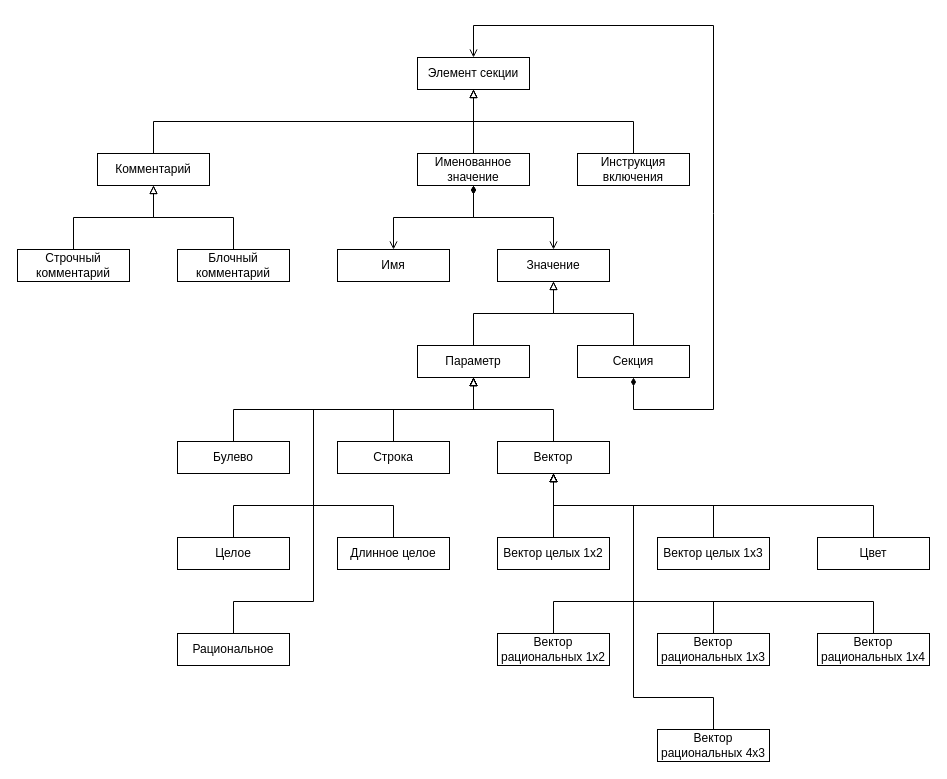
kotiq/blk keeps this draw.io diagram as docs/source/diagrams/text_file_items.drawio. Above is the earlier version. Source tidied: cells renumbered, new cells numbered last; positions are measured from the earlier drawing's top-left corner, leaving out a move shared by most shapes. Both pictures are drawn from the tidied source at 100%, with x=0, y=0 at pixel (17, 25).
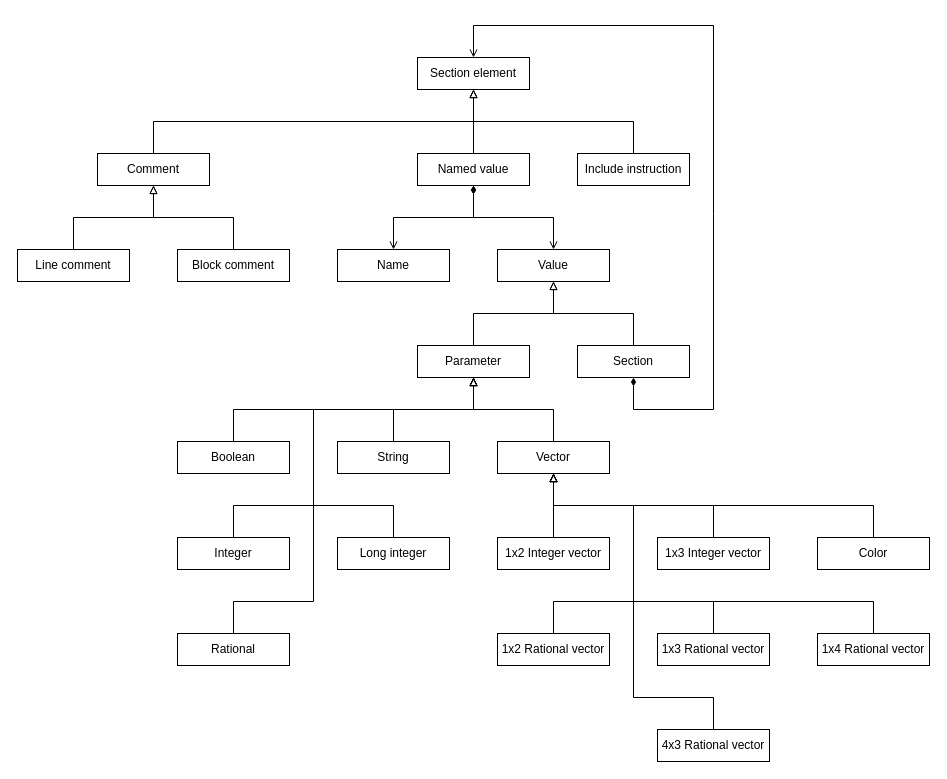
Above is the later version.

Diff of the diagram source:
```diff
@@
-    <mxCell id="2" value="Элемент секции" style="rounded=0;whiteSpace=wrap;html=1;" parent="1" vertex="1">
+    <mxCell id="2" value="Section element" style="rounded=0;whiteSpace=wrap;html=1;" parent="1" vertex="1">
       <mxGeometry x="400" y="32" width="112" height="32" as="geometry" />
     </mxCell>
-    <mxCell id="3" value="Комментарий" style="rounded=0;whiteSpace=wrap;html=1;" parent="1" vertex="1">
+    <mxCell id="3" value="Comment" style="rounded=0;whiteSpace=wrap;html=1;" parent="1" vertex="1">
       <mxGeometry x="80" y="128" width="112" height="32" as="geometry" />
     </mxCell>
-    <mxCell id="4" value="Строчный комментарий" style="rounded=0;whiteSpace=wrap;html=1;" parent="1" vertex="1">
+    <mxCell id="4" value="Line comment" style="rounded=0;whiteSpace=wrap;html=1;" parent="1" vertex="1">
       <mxGeometry y="224" width="112" height="32" as="geometry" />
     </mxCell>
-    <mxCell id="5" value="Блочный комментарий" style="rounded=0;whiteSpace=wrap;html=1;" parent="1" vertex="1">
+    <mxCell id="5" value="Block comment" style="rounded=0;whiteSpace=wrap;html=1;" parent="1" vertex="1">
       <mxGeometry x="160" y="224" width="112" height="32" as="geometry" />
     </mxCell>
-    <mxCell id="6" value="Именованное значение" style="rounded=0;whiteSpace=wrap;html=1;" parent="1" vertex="1">
+    <mxCell id="6" value="Named value" style="rounded=0;whiteSpace=wrap;html=1;" parent="1" vertex="1">
       <mxGeometry x="400" y="128" width="112" height="32" as="geometry" />
     </mxCell>
-    <mxCell id="7" value="Инструкция включения" style="rounded=0;whiteSpace=wrap;html=1;" parent="1" vertex="1">
+    <mxCell id="7" value="Include instruction" style="rounded=0;whiteSpace=wrap;html=1;" parent="1" vertex="1">
       <mxGeometry x="560" y="128" width="112" height="32" as="geometry" />
     </mxCell>
-    <mxCell id="8" value="Имя" style="rounded=0;whiteSpace=wrap;html=1;" parent="1" vertex="1">
+    <mxCell id="8" value="Name" style="rounded=0;whiteSpace=wrap;html=1;" parent="1" vertex="1">
       <mxGeometry x="320" y="224" width="112" height="32" as="geometry" />
     </mxCell>
-    <mxCell id="9" value="Значение" style="rounded=0;whiteSpace=wrap;html=1;" parent="1" vertex="1">
+    <mxCell id="9" value="Value" style="rounded=0;whiteSpace=wrap;html=1;" parent="1" vertex="1">
       <mxGeometry x="480" y="224" width="112" height="32" as="geometry" />
     </mxCell>
-    <mxCell id="10" value="Параметр" style="rounded=0;whiteSpace=wrap;html=1;" parent="1" vertex="1">
+    <mxCell id="10" value="Parameter" style="rounded=0;whiteSpace=wrap;html=1;" parent="1" vertex="1">
       <mxGeometry x="400" y="320" width="112" height="32" as="geometry" />
     </mxCell>
-    <mxCell id="11" value="Секция" style="rounded=0;whiteSpace=wrap;html=1;" parent="1" vertex="1">
+    <mxCell id="11" value="Section" style="rounded=0;whiteSpace=wrap;html=1;" parent="1" vertex="1">
       <mxGeometry x="560" y="320" width="112" height="32" as="geometry" />
     </mxCell>
@@
-    <mxCell id="22" value="Длинное целое" style="rounded=0;whiteSpace=wrap;html=1;" parent="1" vertex="1">
+    <mxCell id="22" value="Long integer" style="rounded=0;whiteSpace=wrap;html=1;" parent="1" vertex="1">
       <mxGeometry x="320" y="512" width="112" height="32" as="geometry" />
     </mxCell>
-    <mxCell id="23" value="Строка" style="rounded=0;whiteSpace=wrap;html=1;" parent="1" vertex="1">
+    <mxCell id="23" value="String" style="rounded=0;whiteSpace=wrap;html=1;" parent="1" vertex="1">
       <mxGeometry x="320" y="416" width="112" height="32" as="geometry" />
     </mxCell>
-    <mxCell id="24" value="Булево" style="rounded=0;whiteSpace=wrap;html=1;" parent="1" vertex="1">
+    <mxCell id="24" value="Boolean" style="rounded=0;whiteSpace=wrap;html=1;" parent="1" vertex="1">
       <mxGeometry x="160" y="416" width="112" height="32" as="geometry" />
     </mxCell>
-    <mxCell id="25" value="Рациональное" style="rounded=0;whiteSpace=wrap;html=1;" parent="1" vertex="1">
+    <mxCell id="25" value="Rational" style="rounded=0;whiteSpace=wrap;html=1;" parent="1" vertex="1">
       <mxGeometry x="160" y="608" width="112" height="32" as="geometry" />
     </mxCell>
-    <mxCell id="26" value="Вектор целых 1x2" style="rounded=0;whiteSpace=wrap;html=1;" parent="1" vertex="1">
+    <mxCell id="26" value="1x2 Integer vector" style="rounded=0;whiteSpace=wrap;html=1;" parent="1" vertex="1">
       <mxGeometry x="480" y="512" width="112" height="32" as="geometry" />
     </mxCell>
-    <mxCell id="27" value="Вектор рациональных 1x3" style="rounded=0;whiteSpace=wrap;html=1;" parent="1" vertex="1">
+    <mxCell id="27" value="1x3 Rational vector" style="rounded=0;whiteSpace=wrap;html=1;" parent="1" vertex="1">
       <mxGeometry x="640" y="608" width="112" height="32" as="geometry" />
     </mxCell>
-    <mxCell id="28" value="Вектор рациональных 1x4" style="rounded=0;whiteSpace=wrap;html=1;" parent="1" vertex="1">
+    <mxCell id="28" value="1x4 Rational vector" style="rounded=0;whiteSpace=wrap;html=1;" parent="1" vertex="1">
       <mxGeometry x="800" y="608" width="112" height="32" as="geometry" />
     </mxCell>
-    <mxCell id="29" value="Вектор рациональных 1x2" style="rounded=0;whiteSpace=wrap;html=1;" parent="1" vertex="1">
+    <mxCell id="29" value="1x2 Rational vector" style="rounded=0;whiteSpace=wrap;html=1;" parent="1" vertex="1">
       <mxGeometry x="480" y="608" width="112" height="32" as="geometry" />
     </mxCell>
-    <mxCell id="30" value="Вектор целых 1x3" style="rounded=0;whiteSpace=wrap;html=1;" parent="1" vertex="1">
+    <mxCell id="30" value="1x3 Integer vector" style="rounded=0;whiteSpace=wrap;html=1;" parent="1" vertex="1">
       <mxGeometry x="640" y="512" width="112" height="32" as="geometry" />
     </mxCell>
-    <mxCell id="31" value="Вектор рациональных 4x3" style="rounded=0;whiteSpace=wrap;html=1;" parent="1" vertex="1">
+    <mxCell id="31" value="4x3 Rational vector" style="rounded=0;whiteSpace=wrap;html=1;" parent="1" vertex="1">
       <mxGeometry x="640" y="704" width="112" height="32" as="geometry" />
     </mxCell>
-    <mxCell id="32" value="Цвет" style="rounded=0;whiteSpace=wrap;html=1;" parent="1" vertex="1">
+    <mxCell id="32" value="Color" style="rounded=0;whiteSpace=wrap;html=1;" parent="1" vertex="1">
       <mxGeometry x="800" y="512" width="112" height="32" as="geometry" />
     </mxCell>
@@
-    <mxCell id="36" value="Вектор" style="rounded=0;whiteSpace=wrap;html=1;" parent="1" vertex="1">
+    <mxCell id="36" value="Vector" style="rounded=0;whiteSpace=wrap;html=1;" parent="1" vertex="1">
       <mxGeometry x="480" y="416" width="112" height="32" as="geometry" />
     </mxCell>
-    <mxCell id="37" value="Целое" style="rounded=0;whiteSpace=wrap;html=1;" parent="1" vertex="1">
+    <mxCell id="37" value="Integer" style="rounded=0;whiteSpace=wrap;html=1;" parent="1" vertex="1">
       <mxGeometry x="160" y="512" width="112" height="32" as="geometry" />
     </mxCell>
```
